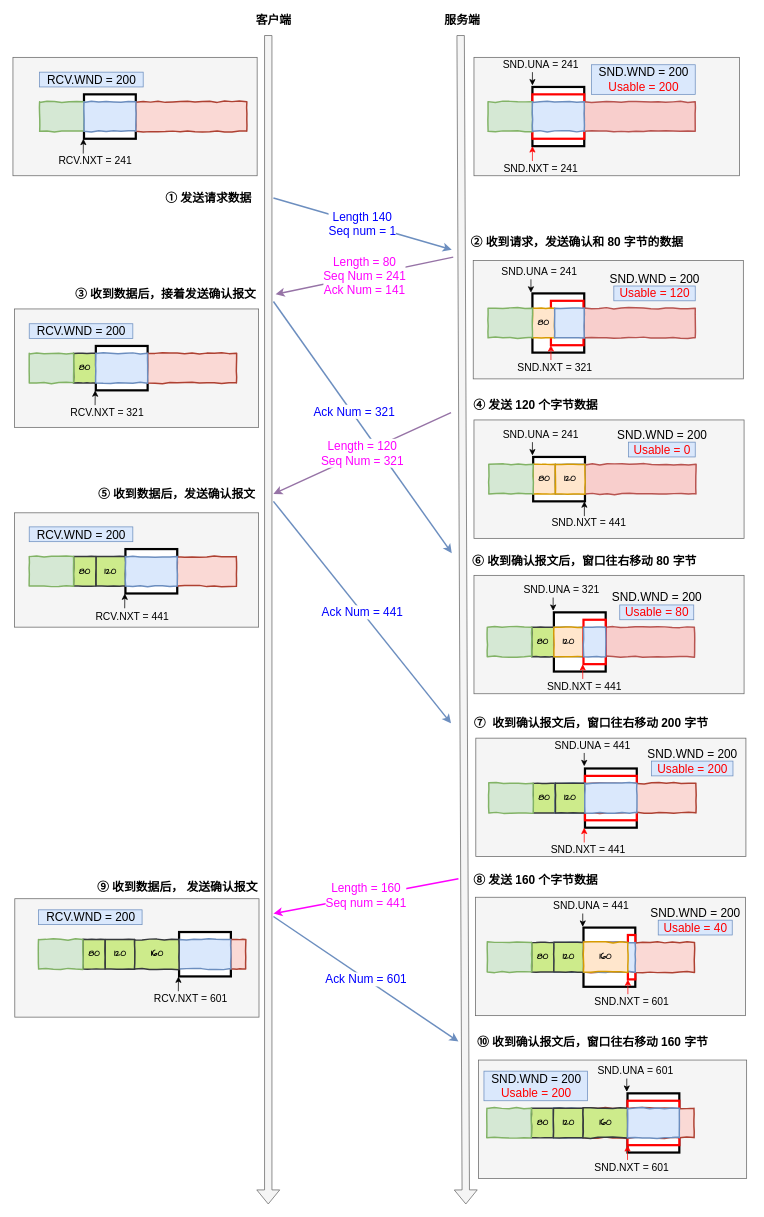
Above: 网络/流量控制.drawio in xiaolincoder/ImageHost4 (draw.io), before the change. Source tidied: cells renumbered, new cells numbered last; positions are measured from the earlier drawing's top-left corner, leaving out a move shared by most shapes. Both pictures are drawn from the tidied source at 74%, with x=0, y=0 at pixel (13, 13).
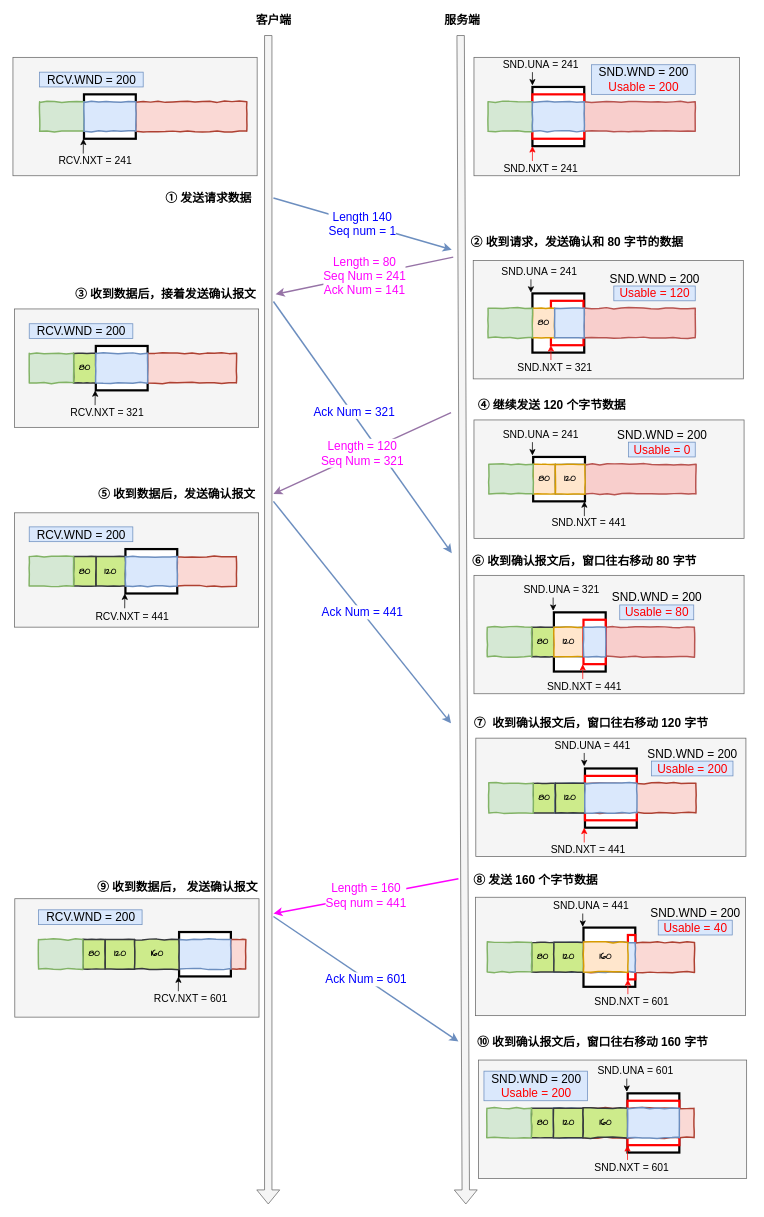
Above is the later version.

Commit message:
更新流量控制.drawio

Diff of the diagram source:
```diff
@@
-    <mxCell id="125" value="④ 发送 120 个字节数据" style="text;html=1;align=center;verticalAlign=middle;fontSize=16;fontStyle=1;" parent="1" vertex="1">
-      <mxGeometry x="616" y="520" width="180" height="20" as="geometry" />
+    <mxCell id="125" value="④ 继续发送 120 个字节数据" style="text;html=1;align=center;verticalAlign=middle;fontSize=16;fontStyle=1;" parent="1" vertex="1">
+      <mxGeometry x="617.5" y="515" width="220" height="30" as="geometry" />
     </mxCell>
@@
-    <mxCell id="128" value="⑦&amp;nbsp; 收到确认报文后，窗口往右移动 200 字节" style="text;html=1;align=center;verticalAlign=middle;fontSize=16;fontStyle=1;" parent="1" vertex="1">
-      <mxGeometry x="616" y="950" width="330" height="20" as="geometry" />
+    <mxCell id="128" value="⑦&amp;nbsp; 收到确认报文后，窗口往右移动 120 字节" style="text;html=1;align=center;verticalAlign=middle;fontSize=16;fontStyle=1;" parent="1" vertex="1">
+      <mxGeometry x="611" y="945" width="340" height="30" as="geometry" />
     </mxCell>
```
